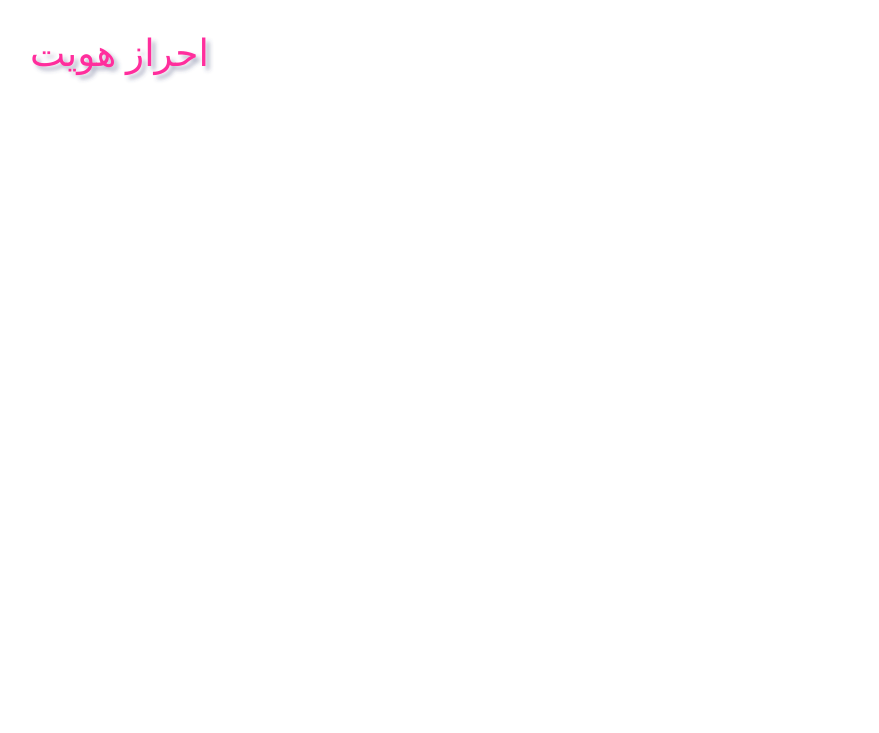
This is page "احراز هویت" (13 of 20) of Sequence Diagram/SequenceDiagram.drawio from Matinrezaei/Software-Lab, a draw.io file, before an edit. Source tidied: cells renumbered, new cells numbered last; positions are measured from the earlier drawing's top-left corner, leaving out a move shared by most shapes. Both pictures are drawn from the tidied source at 125%, with x=0, y=0 at pixel (21, 21).
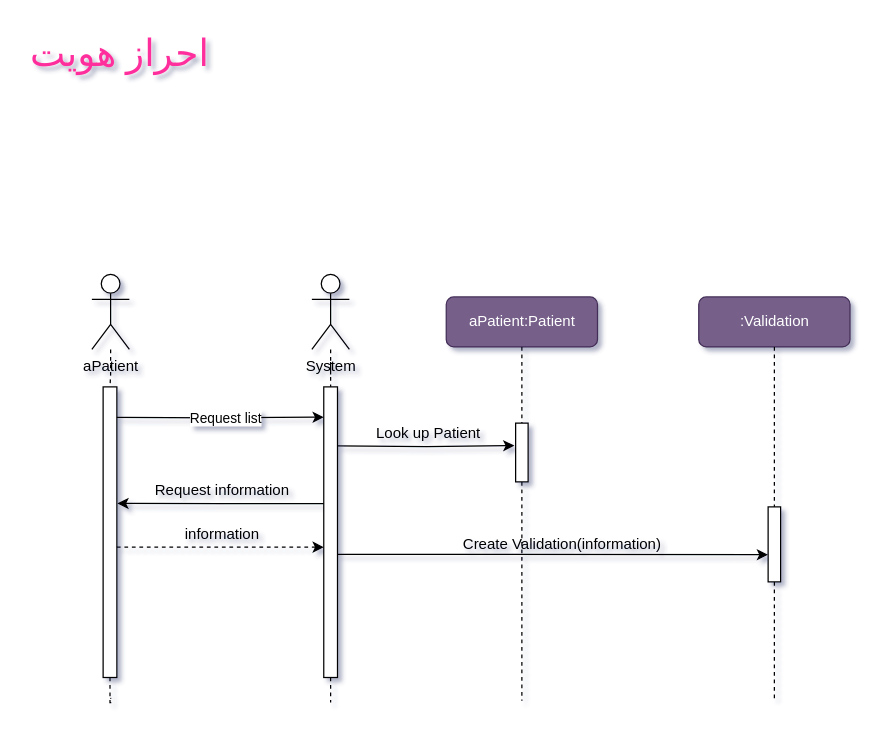
The same diagram, later.

The edit, as a diff of the source:
```diff
@@
+    <mxCell id="3" style="edgeStyle=orthogonalEdgeStyle;rounded=0;jettySize=auto;html=1;dashed=1;endArrow=none;endFill=0;" parent="1" edge="1" source="8">
+      <mxGeometry relative="1" as="geometry">
+        <mxPoint x="71" y="540.8" as="targetPoint" />
+      </mxGeometry>
+    </mxCell>
+    <mxCell id="4" value="aPatient" style="shape=umlActor;verticalLabelPosition=bottom;verticalAlign=top;html=1;outlineConnect=0;" parent="1" vertex="1">
+      <mxGeometry x="56" y="202" width="30" height="60" as="geometry" />
+    </mxCell>
+    <mxCell id="5" style="edgeStyle=orthogonalEdgeStyle;rounded=0;jettySize=auto;html=1;dashed=1;endArrow=none;endFill=0;" parent="1" edge="1" source="11">
+      <mxGeometry relative="1" as="geometry">
+        <mxPoint x="247" y="541.2" as="targetPoint" />
+      </mxGeometry>
+    </mxCell>
+    <mxCell id="6" value="System" style="shape=umlActor;verticalLabelPosition=bottom;verticalAlign=top;html=1;outlineConnect=0;" parent="1" vertex="1">
+      <mxGeometry x="232" y="202" width="30" height="60" as="geometry" />
+    </mxCell>
+    <mxCell id="7" style="edgeStyle=orthogonalEdgeStyle;rounded=0;jettySize=auto;html=1;dashed=1;endArrow=none;endFill=0;" parent="1" edge="1" source="4" target="8">
+      <mxGeometry relative="1" as="geometry" />
+    </mxCell>
+    <mxCell id="8" style="rounded=0;whiteSpace=wrap;html=1;direction=south;" parent="1" vertex="1">
+      <mxGeometry x="65" y="292" width="11" height="232.5" as="geometry" />
+    </mxCell>
+    <mxCell id="9" style="edgeStyle=orthogonalEdgeStyle;rounded=0;jettySize=auto;html=1;dashed=1;endArrow=none;endFill=0;" parent="1" edge="1" source="6" target="11">
+      <mxGeometry relative="1" as="geometry" />
+    </mxCell>
+    <mxCell id="10" style="edgeStyle=orthogonalEdgeStyle;rounded=0;orthogonalLoop=1;jettySize=auto;html=1;" parent="1" edge="1">
+      <mxGeometry relative="1" as="geometry">
+        <mxPoint x="252.5" y="339.2" as="sourcePoint" />
+        <mxPoint x="394" y="339" as="targetPoint" />
+      </mxGeometry>
+    </mxCell>
+    <mxCell id="11" style="rounded=0;whiteSpace=wrap;html=1;direction=south;" parent="1" vertex="1">
+      <mxGeometry x="241.5" y="292" width="11" height="232.5" as="geometry" />
+    </mxCell>
+    <mxCell id="12" style="edgeStyle=orthogonalEdgeStyle;rounded=0;jettySize=auto;html=1;endArrow=none;endFill=0;dashed=1;" parent="1" edge="1" source="19">
+      <mxGeometry relative="1" as="geometry">
+        <mxPoint x="400" y="543" as="targetPoint" />
+      </mxGeometry>
+    </mxCell>
+    <mxCell id="13" value="aPatient:Patient" style="rounded=1;whiteSpace=wrap;html=1;fillColor=#76608a;fontColor=#ffffff;strokeColor=#432D57;" parent="1" vertex="1">
+      <mxGeometry x="339.5" y="220" width="121" height="40" as="geometry" />
+    </mxCell>
+    <mxCell id="14" style="edgeStyle=orthogonalEdgeStyle;rounded=0;jettySize=auto;html=1;endArrow=none;endFill=0;dashed=1;" parent="1" edge="1" source="22">
+      <mxGeometry relative="1" as="geometry">
+        <mxPoint x="602" y="544" as="targetPoint" />
+      </mxGeometry>
+    </mxCell>
+    <mxCell id="15" value=":Validation" style="rounded=1;whiteSpace=wrap;html=1;fillColor=#76608a;fontColor=#ffffff;strokeColor=#432D57;" parent="1" vertex="1">
+      <mxGeometry x="541.5" y="220" width="121" height="40" as="geometry" />
+    </mxCell>
+    <mxCell id="16" style="edgeStyle=orthogonalEdgeStyle;rounded=0;orthogonalLoop=1;jettySize=auto;html=1;entryX=0.5;entryY=0;entryDx=0;entryDy=0;dashed=1;" parent="1" edge="1">
+      <mxGeometry relative="1" as="geometry">
+        <mxPoint x="76" y="420.2" as="sourcePoint" />
+        <mxPoint x="241.5" y="420.2" as="targetPoint" />
+      </mxGeometry>
+    </mxCell>
+    <mxCell id="17" value="information" style="text;html=1;align=center;verticalAlign=middle;strokeColor=none;fillColor=none;" parent="1" vertex="1">
+      <mxGeometry x="121" y="397" width="77" height="26" as="geometry" />
+    </mxCell>
+    <mxCell id="18" style="edgeStyle=orthogonalEdgeStyle;rounded=0;jettySize=auto;html=1;endArrow=none;endFill=0;dashed=1;" parent="1" edge="1" source="13" target="19">
+      <mxGeometry relative="1" as="geometry" />
+    </mxCell>
+    <mxCell id="19" style="rounded=0;whiteSpace=wrap;html=1;direction=south;" parent="1" vertex="1">
+      <mxGeometry x="395" y="321" width="10" height="47" as="geometry" />
+    </mxCell>
+    <mxCell id="20" value="Look up Patient" style="text;html=1;align=center;verticalAlign=middle;strokeColor=none;fillColor=none;" parent="1" vertex="1">
+      <mxGeometry x="273" y="316" width="103" height="26" as="geometry" />
+    </mxCell>
+    <mxCell id="21" style="edgeStyle=orthogonalEdgeStyle;rounded=0;jettySize=auto;html=1;endArrow=none;endFill=0;dashed=1;" parent="1" edge="1" source="15" target="22">
+      <mxGeometry relative="1" as="geometry" />
+    </mxCell>
+    <mxCell id="22" style="rounded=0;whiteSpace=wrap;html=1;direction=south;" parent="1" vertex="1">
+      <mxGeometry x="597" y="388" width="10" height="60" as="geometry" />
+    </mxCell>
+    <mxCell id="23" style="edgeStyle=orthogonalEdgeStyle;rounded=0;orthogonalLoop=1;jettySize=auto;html=1;entryX=0.555;entryY=1.012;entryDx=0;entryDy=0;entryPerimeter=0;" parent="1" edge="1">
+      <mxGeometry relative="1" as="geometry">
+        <mxPoint x="252.5" y="426" as="sourcePoint" />
+        <mxPoint x="596.9" y="426.3" as="targetPoint" />
+        <Array as="points">
+          <mxPoint x="384" y="426" />
+          <mxPoint x="384" y="426" />
+        </Array>
+      </mxGeometry>
+    </mxCell>
+    <mxCell id="24" style="edgeStyle=orthogonalEdgeStyle;rounded=0;orthogonalLoop=1;jettySize=auto;html=1;entryX=0.5;entryY=1;entryDx=0;entryDy=0;" parent="1" edge="1">
+      <mxGeometry relative="1" as="geometry">
+        <mxPoint x="76" y="316.3" as="sourcePoint" />
+        <mxPoint x="241.5" y="316.2" as="targetPoint" />
+      </mxGeometry>
+    </mxCell>
+    <mxCell id="25" value="Request list" style="edgeLabel;html=1;align=center;verticalAlign=middle;" parent="24" vertex="1">
+      <mxGeometry x="0.05" relative="1" as="geometry" />
+    </mxCell>
+    <mxCell id="26" style="edgeStyle=orthogonalEdgeStyle;rounded=0;jettySize=auto;html=1;entryX=0.401;entryY=-0.04;entryDx=0;entryDy=0;entryPerimeter=0;" parent="1" edge="1" target="8">
+      <mxGeometry relative="1" as="geometry">
+        <mxPoint x="241.5" y="385.3" as="sourcePoint" />
+        <Array as="points">
+          <mxPoint x="159" y="385" />
+          <mxPoint x="76" y="386" />
+        </Array>
+      </mxGeometry>
+    </mxCell>
+    <mxCell id="27" value="Request information" style="text;html=1;align=center;verticalAlign=middle;strokeColor=none;fillColor=none;" parent="1" vertex="1">
+      <mxGeometry x="97" y="362" width="125" height="26" as="geometry" />
+    </mxCell>
+    <mxCell id="28" value="Create Validation(information)" style="text;html=1;align=center;verticalAlign=middle;strokeColor=none;fillColor=none;" parent="1" vertex="1">
+      <mxGeometry x="344" y="405" width="176" height="26" as="geometry" />
+    </mxCell>
```
